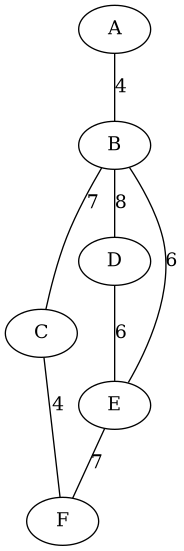
This is graph.png from Johanx22x/DS-Project-2, a Graphviz export, as it was before one commit. Its source is kept beside it as graph.dot.
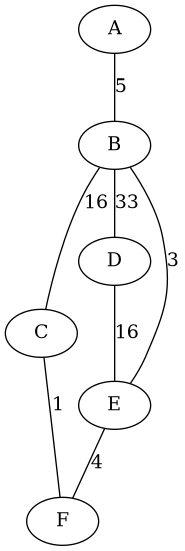
After the change.

Diff of the diagram source:
```diff
@@ -1,9 +1,9 @@
 graph A {
-	"A" -- "B" [label=4]
-	"B" -- "C" [label=7]
-	"B" -- "D" [label=8]
-	"B" -- "E" [label=6]
-	"C" -- "F" [label=4]
-	"D" -- "E" [label=6]
-	"E" -- "F" [label=7]
+	"A" -- "B" [label=5]
+	"B" -- "C" [label=16]
+	"B" -- "D" [label=33]
+	"B" -- "E" [label=3]
+	"C" -- "F" [label=1]
+	"D" -- "E" [label=16]
+	"E" -- "F" [label=4]
 }
```
